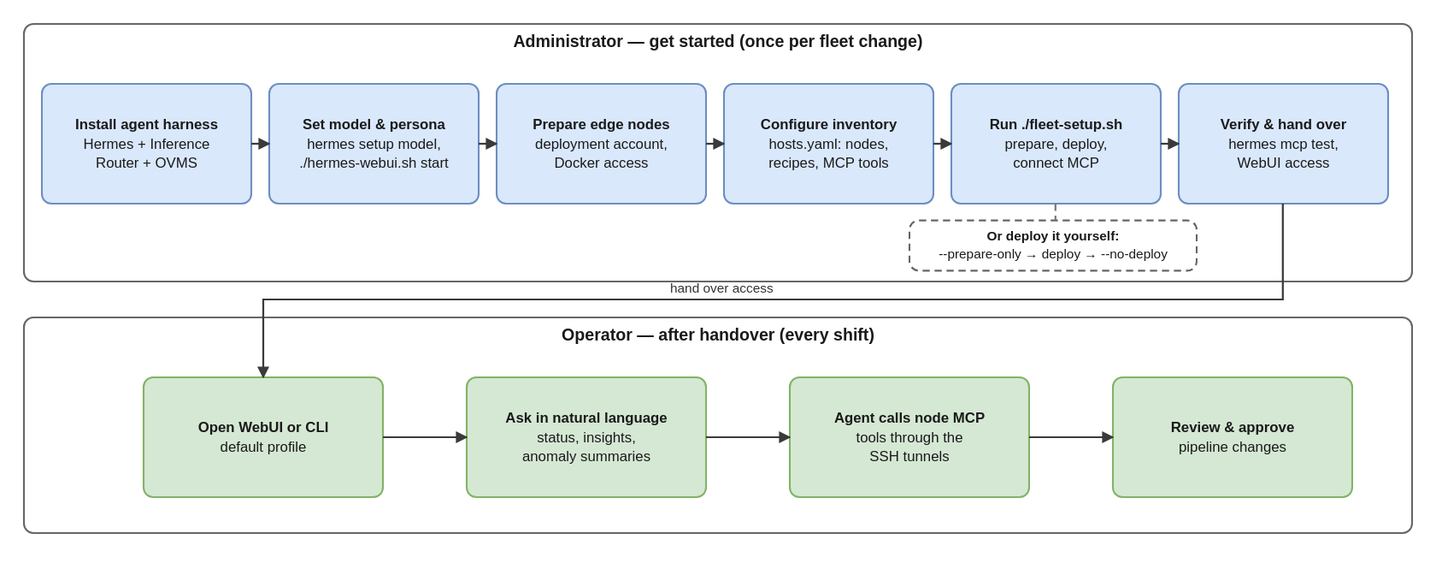
open-edge-platform/manufacturing-ai-suite keeps this draw.io diagram as factory-defects-inspector-agent/docs/user-guide/_assets/fdi-admin-operator-flows.drawio.svg. Above is the earlier version. Source tidied: cells renumbered, new cells last; positions are measured from the earlier drawing's top-left corner, leaving out a move shared by most shapes.
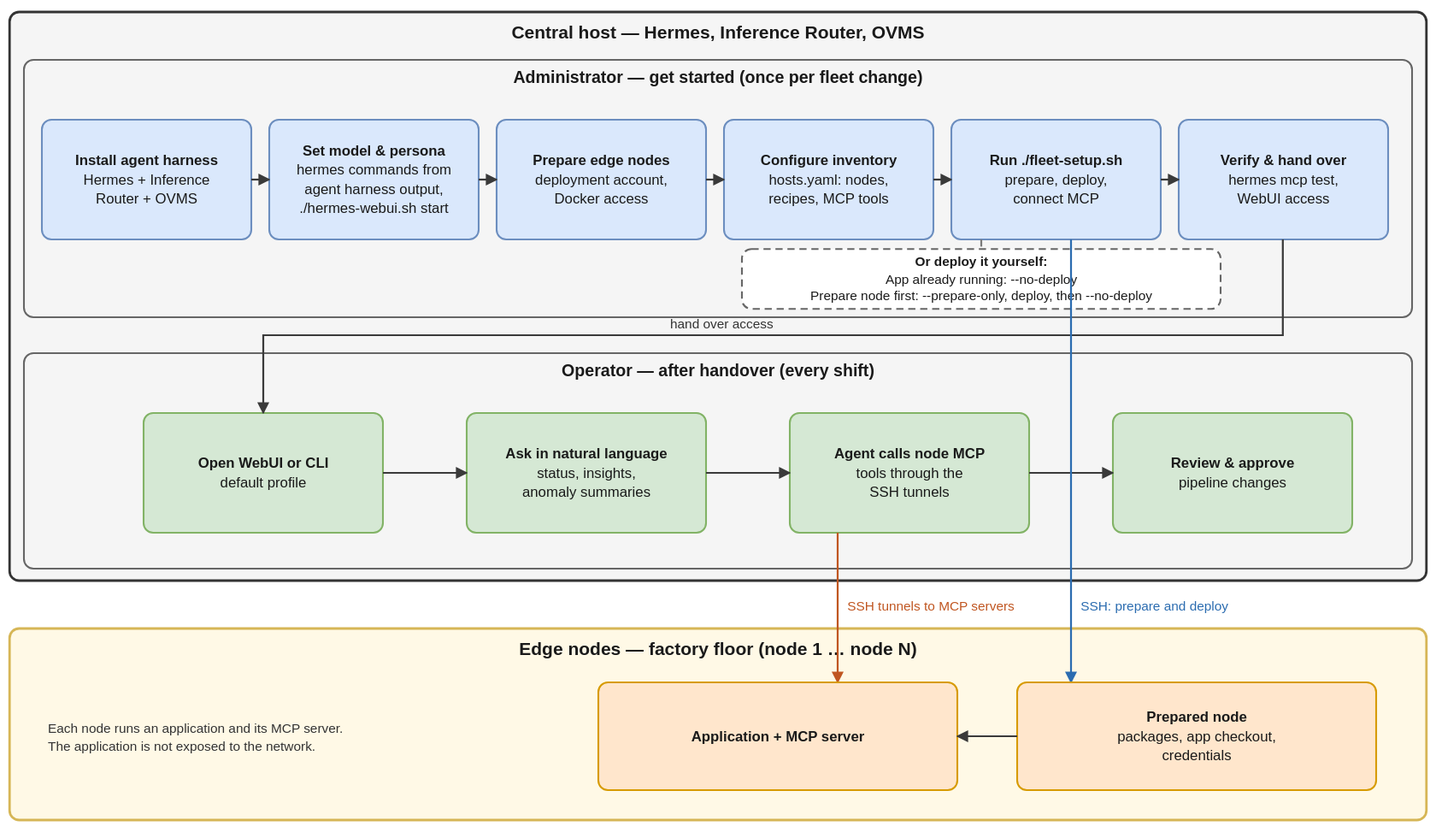
After the commit.

Commit message:
feat(factory-defects-inspector-agent): skip MCP connect on failed deploy and add colored logs

What changed in the source:
```diff
@@ -2,6 +2,12 @@
   <root>
     <mxCell id="0" />
     <mxCell id="1" parent="0" />
+    <mxCell id="26" value="Central host — Hermes, Inference Router, OVMS" style="rounded=1;whiteSpace=wrap;html=1;fillColor=#f5f5f5;strokeColor=#333333;strokeWidth=2;verticalAlign=top;fontStyle=1;fontSize=15;" parent="1" vertex="1">
+      <mxGeometry x="-12" y="-40" width="1184" height="475" as="geometry" />
+    </mxCell>
+    <mxCell id="27" value="Edge nodes — factory floor (node 1 … node N)" style="rounded=1;whiteSpace=wrap;html=1;fillColor=#fff9e6;strokeColor=#d6b656;strokeWidth=2;verticalAlign=top;fontStyle=1;fontSize=15;" parent="1" vertex="1">
+      <mxGeometry x="-12" y="475" width="1184" height="160" as="geometry" />
+    </mxCell>
     <mxCell id="2" value="Administrator — get started (once per fleet change)" style="rounded=1;whiteSpace=wrap;html=1;fillColor=none;strokeColor=#666666;verticalAlign=top;fontStyle=1;fontSize=14;" parent="1" vertex="1">
       <mxGeometry width="1160" height="215" as="geometry" />
     </mxCell>
@@ -11,7 +17,7 @@
     <mxCell id="4" value="Install agent harness&lt;br&gt;Hermes + Inference&lt;br&gt;Router + OVMS" style="rounded=1;whiteSpace=wrap;html=1;fillColor=#dae8fc;strokeColor=#6c8ebf;fontStyle=1;fontSize=12;" parent="1" vertex="1">
       <mxGeometry x="15" y="50" width="175" height="100" as="geometry" />
     </mxCell>
-    <mxCell id="5" value="Set model &amp; persona&lt;br&gt;hermes setup model,&lt;br&gt;./hermes-webui.sh start" style="rounded=1;whiteSpace=wrap;html=1;fillColor=#dae8fc;strokeColor=#6c8ebf;fontStyle=1;fontSize=12;" parent="1" vertex="1">
+    <mxCell id="5" value="Set model &amp; persona&lt;br&gt;hermes commands from&lt;br&gt;agent harness output,&lt;br&gt;./hermes-webui.sh start" style="rounded=1;whiteSpace=wrap;html=1;fillColor=#dae8fc;strokeColor=#6c8ebf;fontStyle=1;fontSize=12;" parent="1" vertex="1">
       <mxGeometry x="205" y="50" width="175" height="100" as="geometry" />
     </mxCell>
     <mxCell id="6" value="Prepare edge nodes&lt;br&gt;deployment account,&lt;br&gt;Docker access" style="rounded=1;whiteSpace=wrap;html=1;fillColor=#dae8fc;strokeColor=#6c8ebf;fontStyle=1;fontSize=12;" parent="1" vertex="1">
@@ -56,13 +62,13 @@
         <mxPoint x="965" y="100" as="targetPoint" />
       </mxGeometry>
     </mxCell>
-    <mxCell id="15" value="Or deploy it yourself:&lt;br&gt;--prepare-only → deploy → --no-deploy" style="rounded=1;whiteSpace=wrap;html=1;fillColor=#ffffff;strokeColor=#666666;fontStyle=1;dashed=1;fontSize=11;" parent="1" vertex="1">
-      <mxGeometry x="740" y="164" width="240" height="42" as="geometry" />
+    <mxCell id="15" value="Or deploy it yourself:&lt;br&gt;App already running: --no-deploy&lt;br&gt;Prepare node first: --prepare-only, deploy, then --no-deploy" style="rounded=1;whiteSpace=wrap;html=1;fillColor=#ffffff;strokeColor=#666666;fontStyle=1;dashed=1;fontSize=11;" parent="1" vertex="1">
+      <mxGeometry x="600" y="158" width="400" height="50" as="geometry" />
     </mxCell>
     <mxCell id="16" style="html=1;rounded=0;strokeColor=#7a7a7a;strokeWidth=1.6;endArrow=none;endFill=1;dashed=1;" parent="1" edge="1">
       <mxGeometry relative="1" as="geometry">
-        <mxPoint x="862" y="150" as="sourcePoint" />
-        <mxPoint x="862" y="164" as="targetPoint" />
+        <mxPoint x="800" y="150" as="sourcePoint" />
+        <mxPoint x="800" y="158" as="targetPoint" />
       </mxGeometry>
     </mxCell>
     <mxCell id="17" value="Open WebUI or CLI&lt;br&gt;default profile" style="rounded=1;whiteSpace=wrap;html=1;fillColor=#d5e8d4;strokeColor=#82b366;fontStyle=1;fontSize=12;" parent="1" vertex="1">
@@ -108,5 +114,38 @@
     <mxCell id="25" value="hand over access" style="text;html=1;align=left;verticalAlign=top;whiteSpace=wrap;fontSize=11;fontColor=#333333;strokeColor=none;fillColor=none;" parent="1" vertex="1">
       <mxGeometry x="536" y="212" width="119" height="16" as="geometry" />
     </mxCell>
+    <mxCell id="28" style="html=1;rounded=0;strokeColor=#2b6cb0;strokeWidth=1.6;endArrow=block;endFill=1;" parent="1" edge="1">
+      <mxGeometry relative="1" as="geometry">
+        <mxPoint x="875" y="150" as="sourcePoint" />
+        <mxPoint x="875" y="520" as="targetPoint" />
+      </mxGeometry>
+    </mxCell>
+    <mxCell id="29" value="SSH: prepare and deploy" style="text;html=1;align=left;verticalAlign=top;whiteSpace=wrap;fontSize=11;fontColor=#2b6cb0;strokeColor=none;fillColor=none;" parent="1" vertex="1">
+      <mxGeometry x="883" y="448" width="180" height="16" as="geometry" />
+    </mxCell>
+    <mxCell id="30" style="html=1;rounded=0;strokeColor=#c05621;strokeWidth=1.6;endArrow=block;endFill=1;" parent="1" edge="1">
+      <mxGeometry relative="1" as="geometry">
+        <mxPoint x="680" y="395" as="sourcePoint" />
+        <mxPoint x="680" y="520" as="targetPoint" />
+      </mxGeometry>
+    </mxCell>
+    <mxCell id="31" value="SSH tunnels to MCP servers" style="text;html=1;align=left;verticalAlign=top;whiteSpace=wrap;fontSize=11;fontColor=#c05621;strokeColor=none;fillColor=none;" parent="1" vertex="1">
+      <mxGeometry x="688" y="448" width="180" height="16" as="geometry" />
+    </mxCell>
+    <mxCell id="32" value="Prepared node&lt;br&gt;packages, app checkout,&lt;br&gt;credentials" style="rounded=1;whiteSpace=wrap;html=1;fillColor=#ffe6cc;strokeColor=#d79b00;fontStyle=1;fontSize=12;" parent="1" vertex="1">
+      <mxGeometry x="830" y="520" width="300" height="90" as="geometry" />
+    </mxCell>
+    <mxCell id="33" value="Application + MCP server" style="rounded=1;whiteSpace=wrap;html=1;fillColor=#ffe6cc;strokeColor=#d79b00;fontStyle=1;fontSize=12;" parent="1" vertex="1">
+      <mxGeometry x="480" y="520" width="300" height="90" as="geometry" />
+    </mxCell>
+    <mxCell id="34" style="html=1;rounded=0;strokeColor=#3a3a3a;strokeWidth=1.6;endArrow=block;endFill=1;" parent="1" edge="1">
+      <mxGeometry relative="1" as="geometry">
+        <mxPoint x="830" y="565" as="sourcePoint" />
+        <mxPoint x="780" y="565" as="targetPoint" />
+      </mxGeometry>
+    </mxCell>
+    <mxCell id="35" value="Each node runs an application and its MCP server.&lt;br&gt;The application is not exposed to the network." style="text;html=1;align=left;verticalAlign=top;whiteSpace=wrap;fontSize=11;fontColor=#333333;strokeColor=none;fillColor=none;" parent="1" vertex="1">
+      <mxGeometry x="20" y="542" width="420" height="52" as="geometry" />
+    </mxCell>
   </root>
 </mxGraphModel>
```
